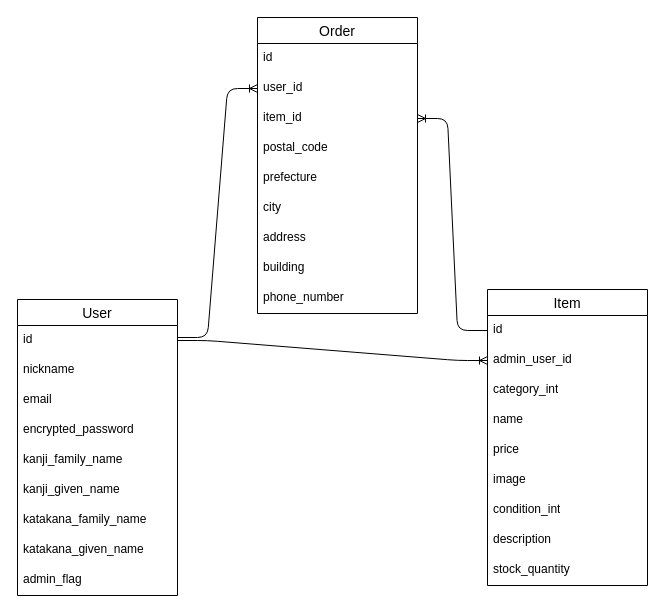
imai-lbz/demoec-laiblitz-a keeps this draw.io diagram as db.dio. Above is the earlier version. Source tidied: cells renumbered, new cells numbered last; positions are measured from the earlier drawing's top-left corner, leaving out a move shared by most shapes. Both pictures are drawn from the tidied source at 100%, with x=0, y=0 at pixel (17, 17).
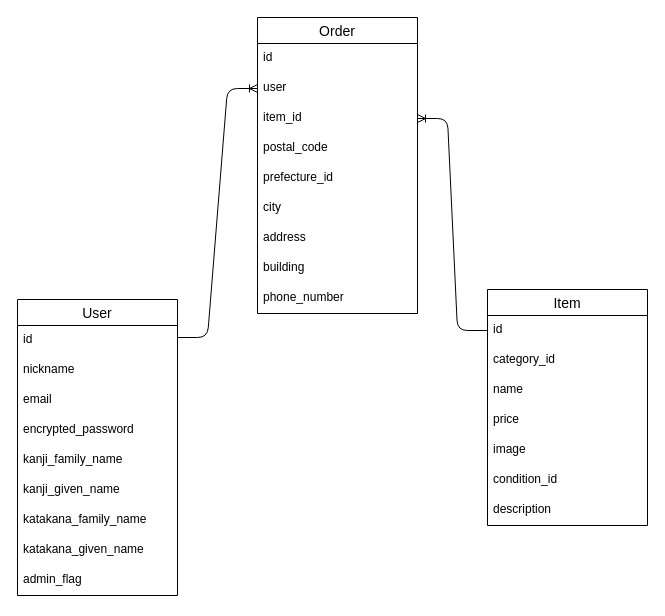
The same diagram, later.

Commit message:
Refactor: ER図の修正（レビュー対応）

item.admin_user_idを削除した。
item.category_intからcategory_idに変更した。
item.condition_intからcondition_idに変更した。
order.prefectureからprefecture_idに変更した。
item.stock_quontityを削除した。
order.user_idとorder.item_idの「_id」をなくした。

Unchanged cells that the change refers to:
```xml
<mxCell id="3" value="id" style="text;strokeColor=none;fillColor=none;spacingLeft=4;spacingRight=4;overflow=hidden;points=[[0,0.5],[1,0.5]];portConstraint=eastwest;fontSize=12;whiteSpace=wrap;html=1;" parent="2" vertex="1">
  <mxGeometry y="26" width="160" height="30" as="geometry" />
</mxCell>
<mxCell id="22" value="Order" style="swimlane;fontStyle=0;horizontal=1;startSize=26;align=center;fontSize=14;" parent="1" vertex="1">
  <mxGeometry x="240" width="160" height="296" as="geometry" />
</mxCell>
```

What changed in the source:
```diff
@@
     <mxCell id="12" value="Item" style="swimlane;fontStyle=0;horizontal=1;startSize=26;align=center;fontSize=14;" parent="1" vertex="1">
-      <mxGeometry x="470" y="272" width="160" height="296" as="geometry" />
+      <mxGeometry x="470" y="272" width="160" height="236" as="geometry" />
     </mxCell>
@@
-    <mxCell id="14" value="admin_user_id" style="text;strokeColor=none;fillColor=none;spacingLeft=4;spacingRight=4;overflow=hidden;points=[[0,0.5],[1,0.5]];portConstraint=eastwest;fontSize=12;whiteSpace=wrap;html=1;" parent="12" vertex="1">
-      <mxGeometry y="56" width="160" height="30" as="geometry" />
-    </mxCell>
-    <mxCell id="15" value="category_int" style="text;strokeColor=none;fillColor=none;spacingLeft=4;spacingRight=4;overflow=hidden;fontSize=12;whiteSpace=wrap;html=1;" parent="12" vertex="1">
-      <mxGeometry y="86" width="160" height="30" as="geometry" />
+    <mxCell id="15" value="category_id" style="text;strokeColor=none;fillColor=none;spacingLeft=4;spacingRight=4;overflow=hidden;fontSize=12;whiteSpace=wrap;html=1;" parent="12" vertex="1">
+      <mxGeometry y="56" width="160" height="30" as="geometry" />
     </mxCell>
     <mxCell id="16" value="name" style="text;strokeColor=none;fillColor=none;spacingLeft=4;spacingRight=4;overflow=hidden;fontSize=12;whiteSpace=wrap;html=1;" parent="12" vertex="1">
-      <mxGeometry y="116" width="160" height="30" as="geometry" />
+      <mxGeometry y="86" width="160" height="30" as="geometry" />
     </mxCell>
     <mxCell id="17" value="price" style="text;strokeColor=none;fillColor=none;spacingLeft=4;spacingRight=4;overflow=hidden;fontSize=12;whiteSpace=wrap;html=1;" parent="12" vertex="1">
-      <mxGeometry y="146" width="160" height="30" as="geometry" />
+      <mxGeometry y="116" width="160" height="30" as="geometry" />
     </mxCell>
     <mxCell id="18" value="image" style="text;strokeColor=none;fillColor=none;spacingLeft=4;spacingRight=4;overflow=hidden;fontSize=12;whiteSpace=wrap;html=1;" parent="12" vertex="1">
-      <mxGeometry y="176" width="160" height="30" as="geometry" />
+      <mxGeometry y="146" width="160" height="30" as="geometry" />
     </mxCell>
-    <mxCell id="19" value="condition_int" style="text;strokeColor=none;fillColor=none;spacingLeft=4;spacingRight=4;overflow=hidden;fontSize=12;whiteSpace=wrap;html=1;" parent="12" vertex="1">
-      <mxGeometry y="206" width="160" height="30" as="geometry" />
+    <mxCell id="19" value="condition_id" style="text;strokeColor=none;fillColor=none;spacingLeft=4;spacingRight=4;overflow=hidden;fontSize=12;whiteSpace=wrap;html=1;" parent="12" vertex="1">
+      <mxGeometry y="176" width="160" height="30" as="geometry" />
     </mxCell>
     <mxCell id="20" value="description" style="text;strokeColor=none;fillColor=none;spacingLeft=4;spacingRight=4;overflow=hidden;fontSize=12;whiteSpace=wrap;html=1;" parent="12" vertex="1">
-      <mxGeometry y="236" width="160" height="30" as="geometry" />
+      <mxGeometry y="206" width="160" height="30" as="geometry" />
     </mxCell>
-    <mxCell id="21" value="stock_quantity" style="text;strokeColor=none;fillColor=none;spacingLeft=4;spacingRight=4;overflow=hidden;fontSize=12;whiteSpace=wrap;html=1;" parent="12" vertex="1">
-      <mxGeometry y="266" width="160" height="30" as="geometry" />
-    </mxCell>
@@
-    <mxCell id="24" value="user_id" style="text;strokeColor=none;fillColor=none;spacingLeft=4;spacingRight=4;overflow=hidden;points=[[0,0.5],[1,0.5]];portConstraint=eastwest;fontSize=12;whiteSpace=wrap;html=1;" parent="22" vertex="1">
+    <mxCell id="24" value="user" style="text;strokeColor=none;fillColor=none;spacingLeft=4;spacingRight=4;overflow=hidden;points=[[0,0.5],[1,0.5]];portConstraint=eastwest;fontSize=12;whiteSpace=wrap;html=1;" parent="22" vertex="1">
       <mxGeometry y="56" width="160" height="30" as="geometry" />
     </mxCell>
@@
-    <mxCell id="27" value="prefecture" style="text;strokeColor=none;fillColor=none;spacingLeft=4;spacingRight=4;overflow=hidden;fontSize=12;whiteSpace=wrap;html=1;" parent="22" vertex="1">
+    <mxCell id="27" value="prefecture_id" style="text;strokeColor=none;fillColor=none;spacingLeft=4;spacingRight=4;overflow=hidden;fontSize=12;whiteSpace=wrap;html=1;" parent="22" vertex="1">
       <mxGeometry y="146" width="160" height="30" as="geometry" />
     </mxCell>
@@
-    <mxCell id="32" style="edgeStyle=entityRelationEdgeStyle;fontSize=12;html=1;endArrow=ERoneToMany;entryX=0;entryY=0.5;entryDx=0;entryDy=0;exitX=1;exitY=0.5;exitDx=0;exitDy=0;" parent="1" edge="1" source="3" target="14">
-      <mxGeometry relative="1" as="geometry" />
-    </mxCell>
```
